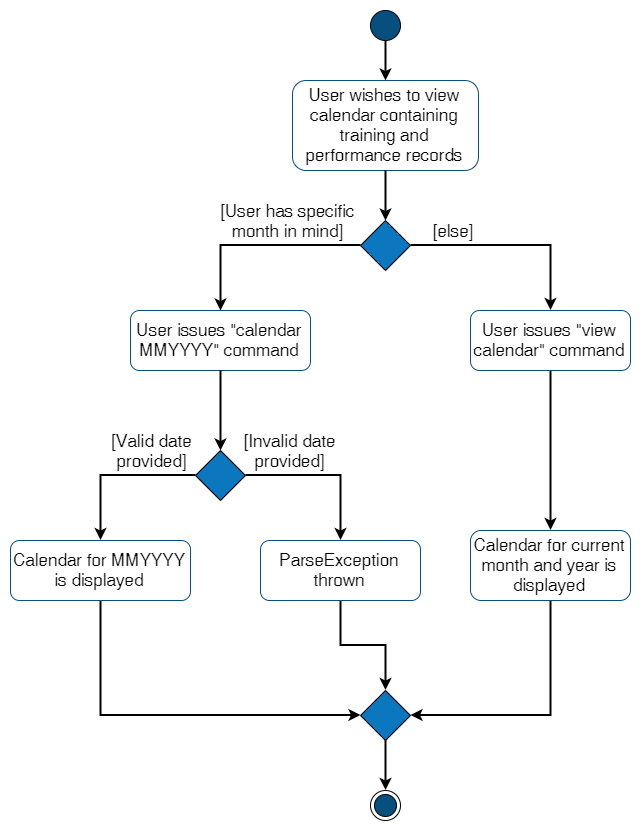
Before: docs/images/Function1ActivityDiagram.png, a diagram exported from draw.io (nus-cs2103-AY1920S1/addressbook-level3). Source tidied: cells renumbered, new cells last; positions are measured from the earlier drawing's top-left corner, leaving out a move shared by most shapes.
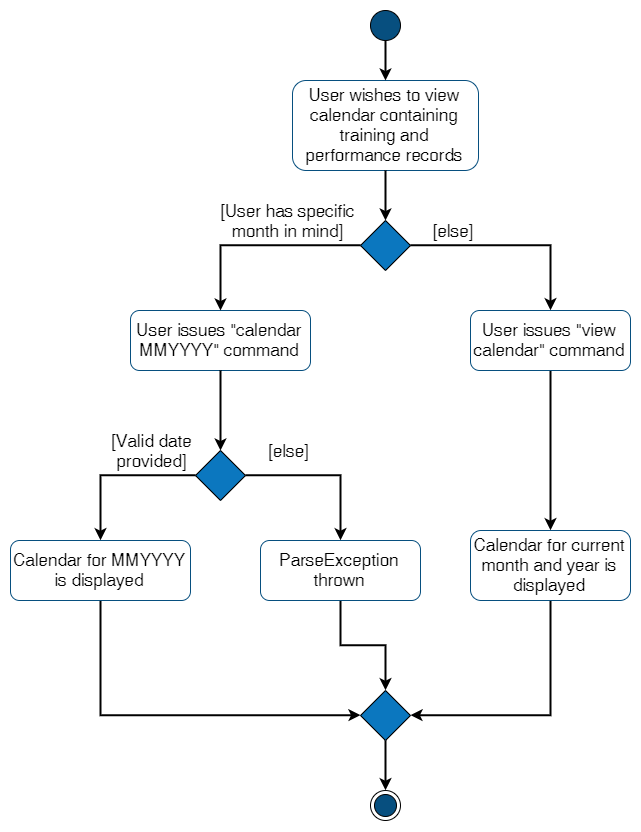
The same diagram one commit later.

Change to the diagram source:
```diff
@@ -74,7 +74,7 @@
     <mxCell id="25" value="&lt;span style=&quot;font-size: 17px&quot;&gt;[Valid date&lt;br&gt;provided]&lt;/span&gt;" style="text;html=1;strokeColor=none;fillColor=none;align=center;verticalAlign=middle;whiteSpace=wrap;rounded=0;" parent="1" vertex="1">
       <mxGeometry x="60" y="430" width="163" height="20" as="geometry" />
     </mxCell>
-    <mxCell id="26" value="&lt;span style=&quot;font-size: 17px&quot;&gt;[Invalid date&lt;br&gt;provided]&lt;/span&gt;" style="text;html=1;strokeColor=none;fillColor=none;align=center;verticalAlign=middle;whiteSpace=wrap;rounded=0;" parent="1" vertex="1">
+    <mxCell id="26" value="&lt;span style=&quot;font-size: 17px&quot;&gt;[else]&lt;/span&gt;" style="text;html=1;strokeColor=none;fillColor=none;align=center;verticalAlign=middle;whiteSpace=wrap;rounded=0;" parent="1" vertex="1">
       <mxGeometry x="197" y="430" width="163" height="20" as="geometry" />
     </mxCell>
     <mxCell id="27" style="edgeStyle=orthogonalEdgeStyle;rounded=0;jettySize=auto;html=1;entryX=0.5;entryY=0;entryDx=0;entryDy=0;strokeWidth=2;" parent="1" edge="1" source="28" target="3">
```
